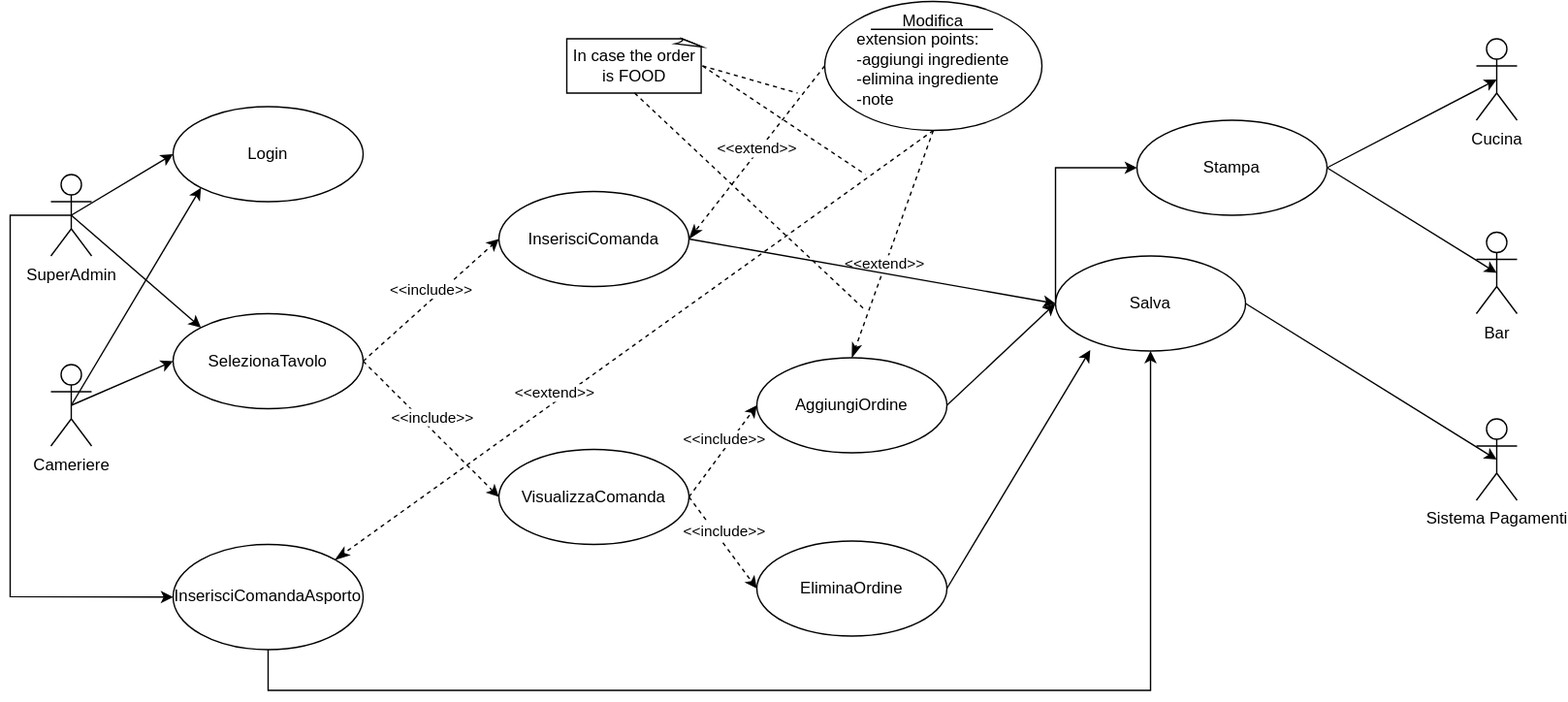
Before: diagramma_casi_uso_ludo.svg, a diagram exported from draw.io (NicolaMochi/GestionaleOrdinazioni). Source tidied: cells renumbered, new cells last; positions are measured from the earlier drawing's top-left corner, leaving out a move shared by most shapes.
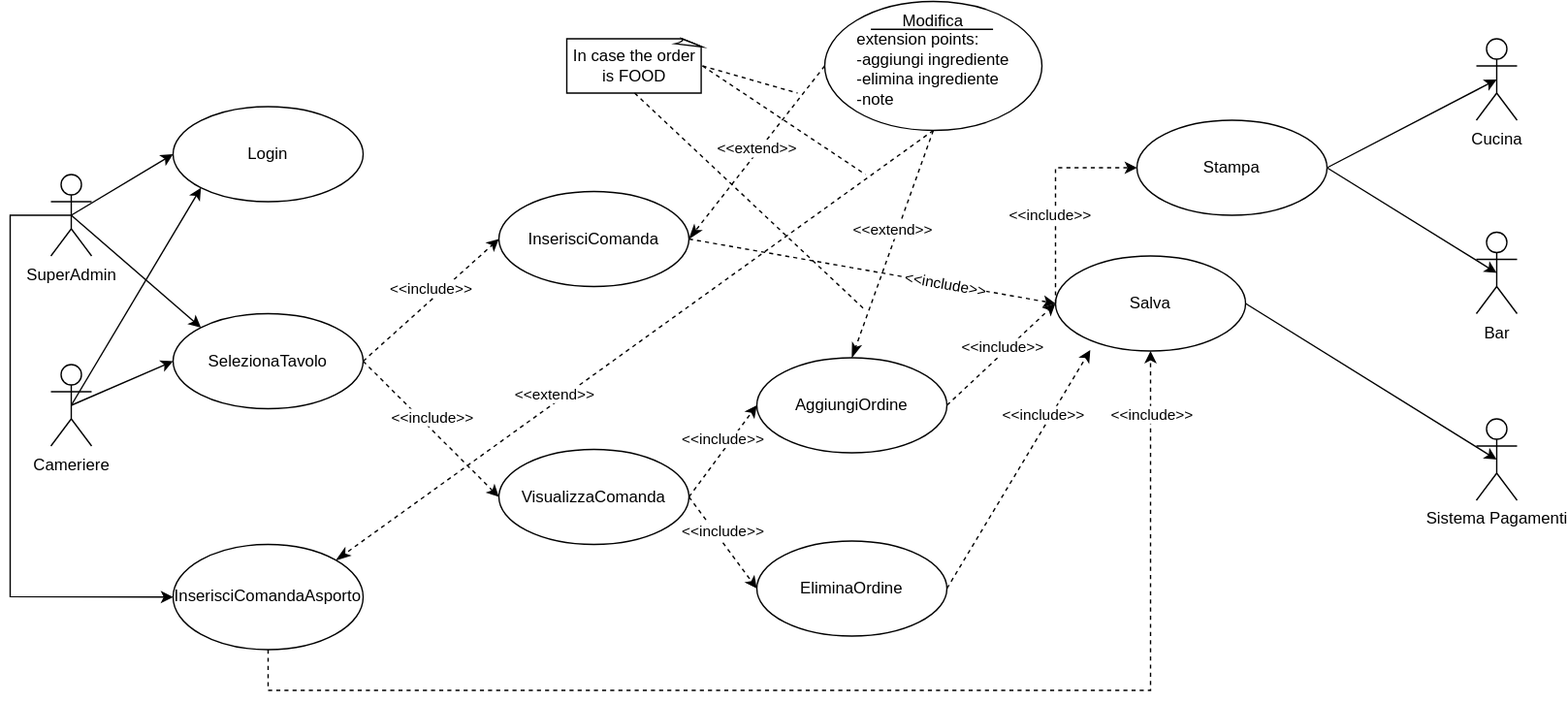
The same file after the commit.

Diff of the diagram source:
```diff
@@ -86,7 +86,7 @@
       <mxGeometry x="1080" y="170.5" width="30" height="60" as="geometry" />
     </mxCell>
     <mxCell id="26" value="&amp;lt;&amp;lt;extend&amp;gt;&amp;gt;" style="html=1;verticalAlign=bottom;endArrow=classicThin;dashed=1;endSize=8;endFill=1;entryX=0.5;entryY=0;entryDx=0;entryDy=0;exitX=0.5;exitY=1;exitDx=0;exitDy=0;" parent="1" edge="1" source="6" target="21">
-      <mxGeometry x="0.27" y="2" relative="1" as="geometry" />
+      <mxGeometry x="-0.01" relative="1" as="geometry" />
     </mxCell>
     <mxCell id="27" value="Sistema Pagamenti" style="shape=umlActor;verticalLabelPosition=bottom;verticalAlign=top;html=1;" parent="1" vertex="1">
       <mxGeometry x="1080" y="308" width="30" height="60" as="geometry" />
@@ -100,16 +100,16 @@
     <mxCell id="30" style="endArrow=classic;html=1;exitX=0.5;exitY=0.5;exitDx=0;exitDy=0;exitPerimeter=0;entryX=0;entryY=0.5;entryDx=0;entryDy=0;" parent="1" edge="1" source="3" target="5">
       <mxGeometry relative="1" as="geometry" />
     </mxCell>
-    <mxCell id="31" style="endArrow=classic;html=1;exitX=1;exitY=0.5;exitDx=0;exitDy=0;entryX=0;entryY=0.5;entryDx=0;entryDy=0;" parent="1" edge="1" source="11" target="24">
+    <mxCell id="31" style="endArrow=classic;html=1;exitX=1;exitY=0.5;exitDx=0;exitDy=0;entryX=0;entryY=0.5;entryDx=0;entryDy=0;dashed=1;" parent="1" edge="1" source="11" target="24">
       <mxGeometry relative="1" as="geometry" />
     </mxCell>
-    <mxCell id="32" style="endArrow=classic;html=1;exitX=1;exitY=0.5;exitDx=0;exitDy=0;entryX=0;entryY=0.5;entryDx=0;entryDy=0;" parent="1" edge="1" source="21" target="24">
+    <mxCell id="32" style="endArrow=classic;html=1;exitX=1;exitY=0.5;exitDx=0;exitDy=0;entryX=0;entryY=0.5;entryDx=0;entryDy=0;dashed=1;" parent="1" edge="1" source="21" target="24">
       <mxGeometry relative="1" as="geometry" />
     </mxCell>
-    <mxCell id="33" style="endArrow=classic;html=1;exitX=1;exitY=0.5;exitDx=0;exitDy=0;entryX=0.183;entryY=0.99;entryDx=0;entryDy=0;entryPerimeter=0;" parent="1" edge="1" source="22" target="24">
+    <mxCell id="33" style="endArrow=classic;html=1;exitX=1;exitY=0.5;exitDx=0;exitDy=0;entryX=0.183;entryY=0.99;entryDx=0;entryDy=0;entryPerimeter=0;dashed=1;" parent="1" edge="1" source="22" target="24">
       <mxGeometry relative="1" as="geometry" />
     </mxCell>
-    <mxCell id="34" style="endArrow=classic;html=1;entryX=0;entryY=0.5;entryDx=0;entryDy=0;rounded=0;exitX=0;exitY=0.5;exitDx=0;exitDy=0;" parent="1" edge="1" source="24">
+    <mxCell id="34" style="endArrow=classic;html=1;entryX=0;entryY=0.5;entryDx=0;entryDy=0;rounded=0;exitX=0;exitY=0.5;exitDx=0;exitDy=0;dashed=1;" parent="1" edge="1" source="24">
       <mxGeometry relative="1" as="geometry">
         <mxPoint x="830" y="123" as="targetPoint" />
         <Array as="points">
@@ -158,7 +158,7 @@
         <mxPoint x="630" y="128" as="targetPoint" />
       </mxGeometry>
     </mxCell>
-    <mxCell id="45" style="endArrow=classic;html=1;exitX=0.5;exitY=1;exitDx=0;exitDy=0;entryX=0.5;entryY=1;entryDx=0;entryDy=0;rounded=0;" parent="1" edge="1" source="41" target="24">
+    <mxCell id="45" style="endArrow=classic;html=1;exitX=0.5;exitY=1;exitDx=0;exitDy=0;entryX=0.5;entryY=1;entryDx=0;entryDy=0;rounded=0;dashed=1;" parent="1" edge="1" source="41" target="24">
       <mxGeometry relative="1" as="geometry">
         <Array as="points">
           <mxPoint x="190" y="508" />
@@ -166,5 +166,22 @@
         </Array>
       </mxGeometry>
     </mxCell>
+    <mxCell id="46" value="&amp;lt;&amp;lt;include&amp;gt;&amp;gt;" style="edgeLabel;html=1;align=center;verticalAlign=middle;spacingTop=12;" parent="1" vertex="1">
+      <mxGeometry x="840" y="298" as="geometry" />
+    </mxCell>
+    <mxCell id="47" value="&amp;lt;&amp;lt;include&amp;gt;&amp;gt;" style="edgeLabel;html=1;align=center;verticalAlign=middle;spacingTop=12;" parent="1" vertex="1">
+      <mxGeometry x="730" y="248" as="geometry" />
+    </mxCell>
+    <mxCell id="48" value="&amp;lt;&amp;lt;include&amp;gt;&amp;gt;" style="edgeLabel;html=1;align=center;verticalAlign=middle;spacingTop=12;" parent="1" vertex="1">
+      <mxGeometry x="760" y="298" as="geometry" />
+    </mxCell>
+    <mxCell id="49" value="&amp;lt;&amp;lt;include&amp;gt;&amp;gt;" style="edgeLabel;html=1;align=center;verticalAlign=middle;spacingTop=16;rotation=10;" parent="1" vertex="1">
+      <mxGeometry x="690" y="200.5" as="geometry" />
+    </mxCell>
+    <mxCell id="50" value="&amp;lt;&amp;lt;include&amp;gt;&amp;gt;" style="edgeLabel;html=1;align=center;verticalAlign=middle;spacingTop=12;" parent="1" vertex="1">
+      <mxGeometry x="830" y="48" as="geometry">
+        <mxPoint x="-65" y="103" as="offset" />
+      </mxGeometry>
+    </mxCell>
   </root>
 </mxGraphModel>
```
